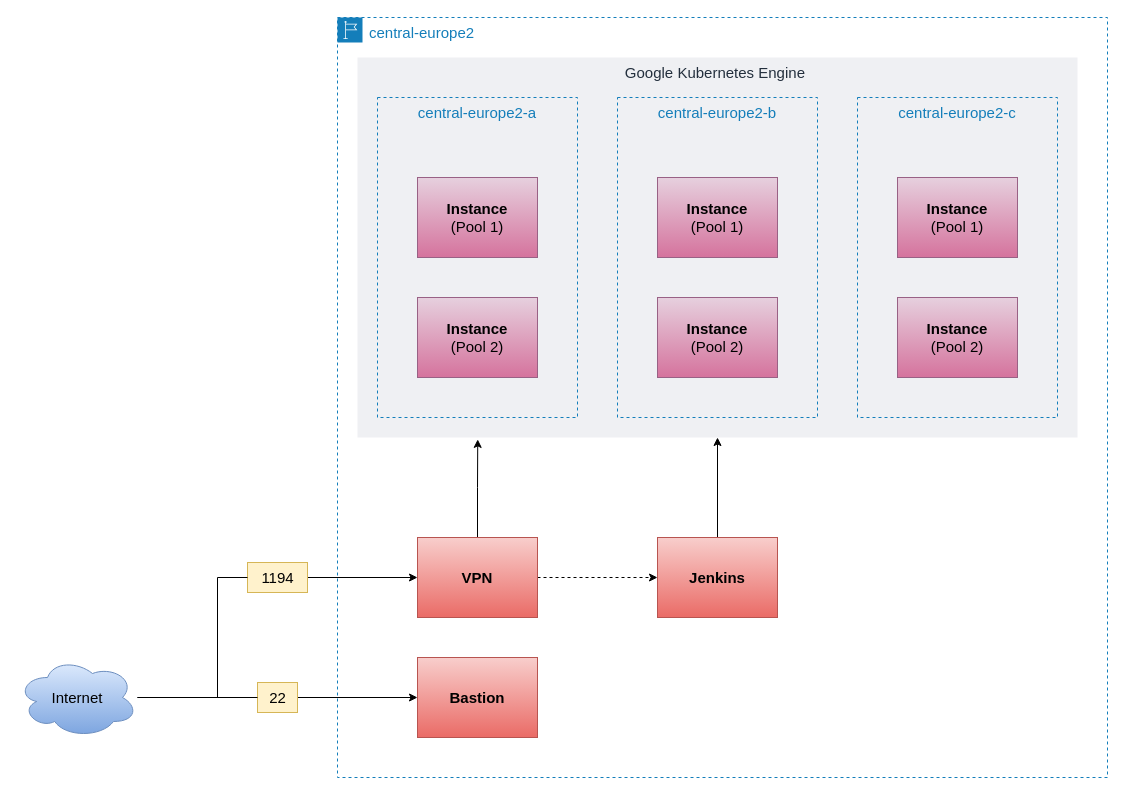
Earlier version of the draw.io diagram docs/architecture.darw.io.drawio (seemscloud-testdrive/urban-take-home-terraform). Source tidied: cells renumbered, new cells numbered last; positions are measured from the earlier drawing's top-left corner, leaving out a move shared by most shapes. Both pictures are drawn from the tidied source at 100%, with x=0, y=0 at pixel (17, 17).
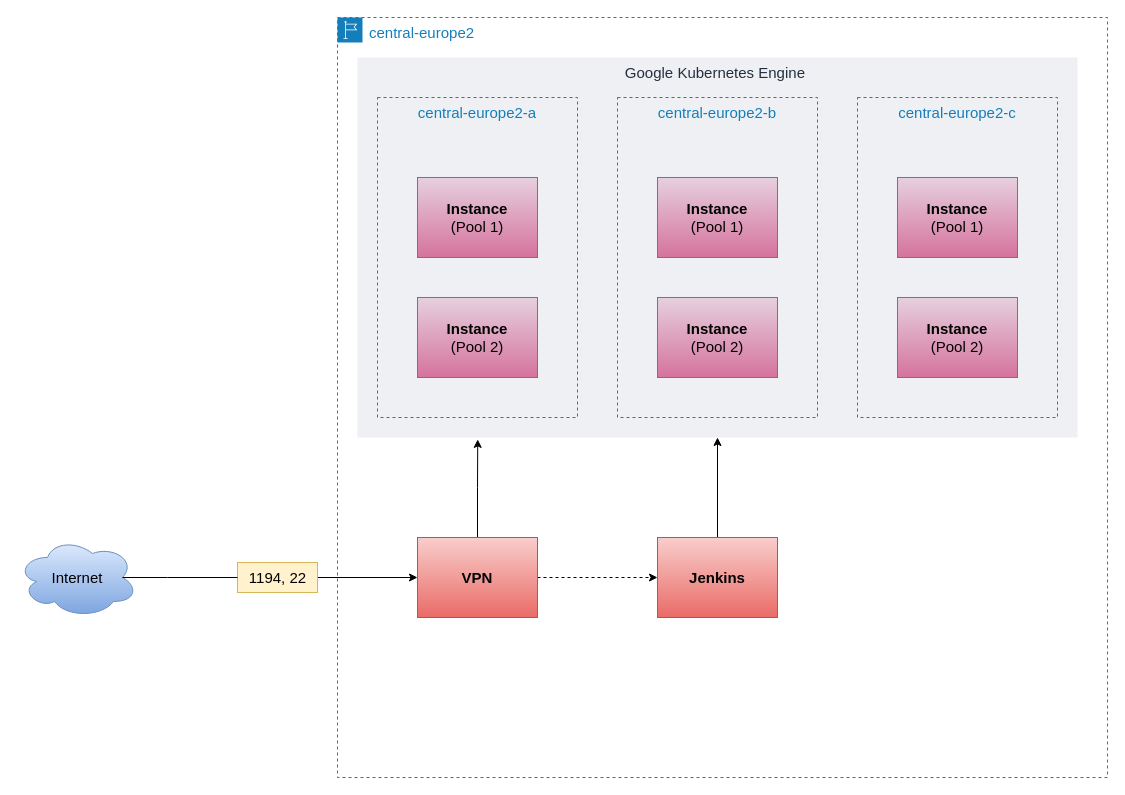
The same diagram, later.

Commit message (it also covers changes not shown here):
spot instance as normal instance

Unchanged cells that the change refers to:
```xml
<mxCell id="2" value="central-europe2" style="gradientColor=none;html=1;whiteSpace=wrap;fontSize=15;fontStyle=0;shape=mxgraph.aws4.group;grIcon=mxgraph.aws4.group_region;strokeColor=#147EBA;fillColor=none;verticalAlign=top;align=left;spacingLeft=30;fontColor=#147EBA;dashed=1;" parent="1" vertex="1">
  <mxGeometry x="320" width="770" height="760" as="geometry" />
</mxCell>
```

The edit, as a diff of the source:
```diff
@@
-    <mxCell id="18" value="Bastion" style="rounded=0;whiteSpace=wrap;html=1;fontSize=15;fillColor=#f8cecc;gradientColor=#ea6b66;strokeColor=#b85450;fontStyle=1;" parent="2" vertex="1">
-      <mxGeometry x="80" y="640" width="120" height="80" as="geometry" />
-    </mxCell>
-    <mxCell id="19" style="edgeStyle=orthogonalEdgeStyle;rounded=0;jettySize=auto;html=1;entryX=0;entryY=0.5;entryDx=0;entryDy=0;fontSize=15;startArrow=none;" parent="1" edge="1" source="24" target="18">
-      <mxGeometry relative="1" as="geometry" />
-    </mxCell>
@@
     <mxCell id="21" value="Internet" style="ellipse;shape=cloud;whiteSpace=wrap;html=1;fontSize=15;fillColor=#dae8fc;gradientColor=#7ea6e0;strokeColor=#6c8ebf;" parent="1" vertex="1">
-      <mxGeometry y="640" width="120" height="80" as="geometry" />
+      <mxGeometry y="520" width="120" height="80" as="geometry" />
     </mxCell>
-    <mxCell id="22" value="1194" style="text;html=1;align=center;verticalAlign=middle;points=[];strokeColor=#d6b656;fillColor=#fff2cc;fontSize=15;" parent="1" vertex="1">
-      <mxGeometry x="230" y="545" width="60" height="30" as="geometry" />
+    <mxCell id="22" value="1194, 22" style="text;html=1;align=center;verticalAlign=middle;points=[];strokeColor=#d6b656;fillColor=#fff2cc;fontSize=15;" parent="1" vertex="1">
+      <mxGeometry x="220" y="545" width="80" height="30" as="geometry" />
     </mxCell>
-    <mxCell id="23" style="edgeStyle=orthogonalEdgeStyle;rounded=0;jettySize=auto;html=1;entryX=0;entryY=0.5;entryDx=0;entryDy=0;fontSize=15;endArrow=none;" parent="1" edge="1" source="21" target="22">
+    <mxCell id="23" style="edgeStyle=orthogonalEdgeStyle;rounded=0;jettySize=auto;html=1;entryX=0;entryY=0.5;entryDx=0;entryDy=0;fontSize=15;endArrow=none;exitX=0.875;exitY=0.5;exitDx=0;exitDy=0;exitPerimeter=0;" parent="1" edge="1" source="21" target="22">
       <mxGeometry relative="1" as="geometry">
         <Array as="points">
-          <mxPoint x="200" y="680" />
-          <mxPoint x="200" y="560" />
+          <mxPoint x="150" y="560" />
+          <mxPoint x="150" y="560" />
         </Array>
       </mxGeometry>
     </mxCell>
-    <mxCell id="24" value="22" style="text;html=1;align=center;verticalAlign=middle;points=[];strokeColor=#d6b656;fillColor=#fff2cc;fontSize=15;" parent="1" vertex="1">
-      <mxGeometry x="240" y="665" width="40" height="30" as="geometry" />
-    </mxCell>
-    <mxCell id="25" style="edgeStyle=orthogonalEdgeStyle;rounded=0;jettySize=auto;html=1;entryX=0;entryY=0.5;entryDx=0;entryDy=0;fontSize=15;endArrow=none;" parent="1" edge="1" source="21" target="24">
-      <mxGeometry relative="1" as="geometry" />
-    </mxCell>
```
